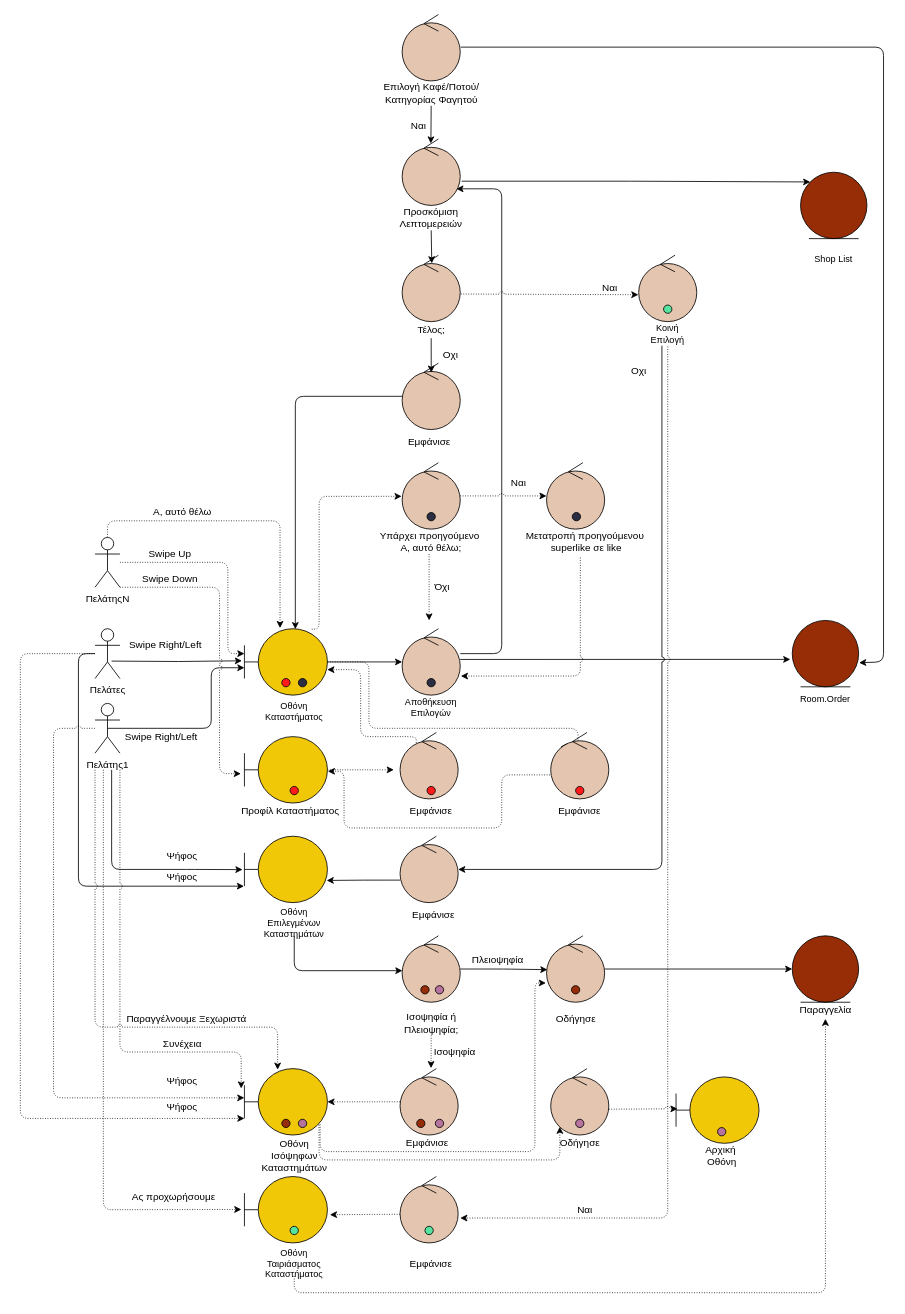
This is docs/contributions/AthanasiaZ/Writing-Charts/Phase5/User Team Choice Shop/teamchoiceshoprobustness.drawio from iloudaros/nomnomr, a draw.io file, before an edit. Source tidied: cells renumbered, new cells numbered last; positions are measured from the earlier drawing's top-left corner, leaving out a move shared by most shapes. Both pictures are drawn from the tidied source at 83%, with x=0, y=0 at pixel (20, 14).
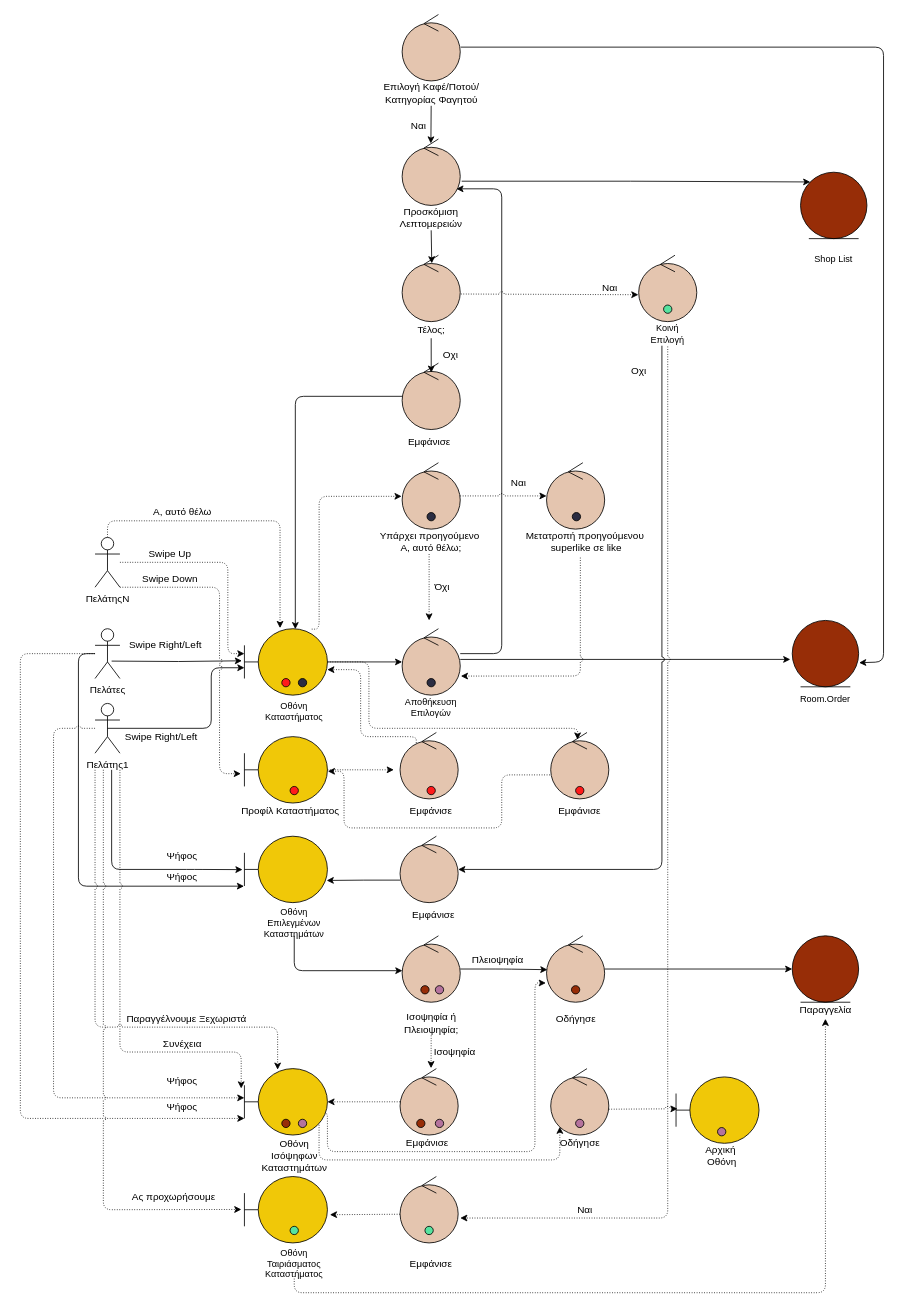
The same diagram, later.

Unchanged cells that the change refers to:
```xml
<mxCell id="4" style="shape=umlBoundary;whiteSpace=wrap;html=1;fillColor=#F0C808;" parent="1" vertex="1">
  <mxGeometry x="270" y="740" width="100" height="80" as="geometry" />
</mxCell>
<mxCell id="55" style="shape=umlBoundary;whiteSpace=wrap;html=1;fillColor=#F0C808;" parent="1" vertex="1">
  <mxGeometry x="270" y="1400" width="100" height="80" as="geometry" />
</mxCell>
<mxCell id="75" style="ellipse;shape=umlControl;whiteSpace=wrap;html=1;fontSize=12;fillColor=#E4C5AF;" parent="1" vertex="1">
  <mxGeometry x="634" y="1110" width="70" height="80" as="geometry" />
</mxCell>
<mxCell id="86" style="ellipse;shape=umlControl;whiteSpace=wrap;html=1;fontSize=12;fillColor=#E4C5AF;" parent="1" vertex="1">
  <mxGeometry x="639" y="865" width="70" height="80" as="geometry" />
</mxCell>
<mxCell id="110" style="shape=umlBoundary;whiteSpace=wrap;html=1;fillColor=#F0C808;" parent="1" vertex="1">
  <mxGeometry x="270" y="1270" width="100" height="80" as="geometry" />
</mxCell>
```

Diff of the diagram source:
```diff
@@
-    <mxCell id="2" style="edgeStyle=orthogonalEdgeStyle;rounded=1;jettySize=auto;html=1;entryX=0.169;entryY=0.213;entryDx=0;entryDy=0;entryPerimeter=0;dashed=1;dashPattern=1 2;fontSize=12;" parent="1" edge="1" source="4" target="86">
+    <mxCell id="2" style="edgeStyle=orthogonalEdgeStyle;rounded=1;jettySize=auto;html=1;entryX=0.463;entryY=0.107;entryDx=0;entryDy=0;entryPerimeter=0;dashed=1;dashPattern=1 2;fontSize=12;" parent="1" edge="1" source="4" target="86">
       <mxGeometry relative="1" as="geometry">
         <Array as="points">
           <mxPoint x="420" y="780" />
           <mxPoint x="420" y="860" />
-          <mxPoint x="672" y="860" />
+          <mxPoint x="671" y="860" />
         </Array>
       </mxGeometry>
     </mxCell>
@@
-    <mxCell id="59" style="endArrow=classic;html=1;rounded=1;entryX=-0.037;entryY=0.496;entryDx=0;entryDy=0;entryPerimeter=0;dashed=1;dashPattern=1 2;" parent="1" edge="1" target="55">
+    <mxCell id="59" style="endArrow=classic;html=1;rounded=1;entryX=-0.037;entryY=0.496;entryDx=0;entryDy=0;entryPerimeter=0;dashed=1;dashPattern=1 2;jumpStyle=arc;" parent="1" edge="1" target="55">
       <mxGeometry relative="1" as="geometry">
         <mxPoint x="100" y="910" as="sourcePoint" />
         <Array as="points">
           <mxPoint x="100" y="1440" />
         </Array>
       </mxGeometry>
     </mxCell>
@@
-    <mxCell id="108" style="edgeStyle=orthogonalEdgeStyle;rounded=1;jumpStyle=arc;jettySize=auto;html=1;entryX=-0.012;entryY=0.71;entryDx=0;entryDy=0;entryPerimeter=0;dashed=1;dashPattern=1 2;fontSize=12;exitX=0.912;exitY=0.84;exitDx=0;exitDy=0;exitPerimeter=0;" parent="1" edge="1" source="110" target="75">
+    <mxCell id="108" style="edgeStyle=orthogonalEdgeStyle;rounded=1;jumpStyle=arc;jettySize=auto;html=1;entryX=-0.012;entryY=0.71;entryDx=0;entryDy=0;entryPerimeter=0;dashed=1;dashPattern=1 2;fontSize=12;exitX=0.989;exitY=0.681;exitDx=0;exitDy=0;exitPerimeter=0;" parent="1" edge="1" source="110" target="75">
       <mxGeometry relative="1" as="geometry">
         <Array as="points">
-          <mxPoint x="361" y="1370" />
+          <mxPoint x="370" y="1325" />
+          <mxPoint x="370" y="1370" />
           <mxPoint x="620" y="1370" />
           <mxPoint x="620" y="1167" />
         </Array>
       </mxGeometry>
     </mxCell>
-    <mxCell id="109" style="edgeStyle=orthogonalEdgeStyle;rounded=1;jumpStyle=arc;jettySize=auto;html=1;dashed=1;dashPattern=1 2;fontSize=12;exitX=0.898;exitY=0.807;exitDx=0;exitDy=0;exitPerimeter=0;" parent="1" edge="1" source="110">
+    <mxCell id="109" style="edgeStyle=orthogonalEdgeStyle;rounded=1;jumpStyle=arc;jettySize=auto;html=1;dashed=1;dashPattern=1 2;fontSize=12;exitX=0.899;exitY=0.846;exitDx=0;exitDy=0;exitPerimeter=0;" parent="1" edge="1" source="110">
       <mxGeometry relative="1" as="geometry">
         <mxPoint x="650" y="1340" as="targetPoint" />
         <Array as="points">
-          <mxPoint x="360" y="1343" />
           <mxPoint x="360" y="1380" />
           <mxPoint x="650" y="1380" />
         </Array>
       </mxGeometry>
     </mxCell>
```
